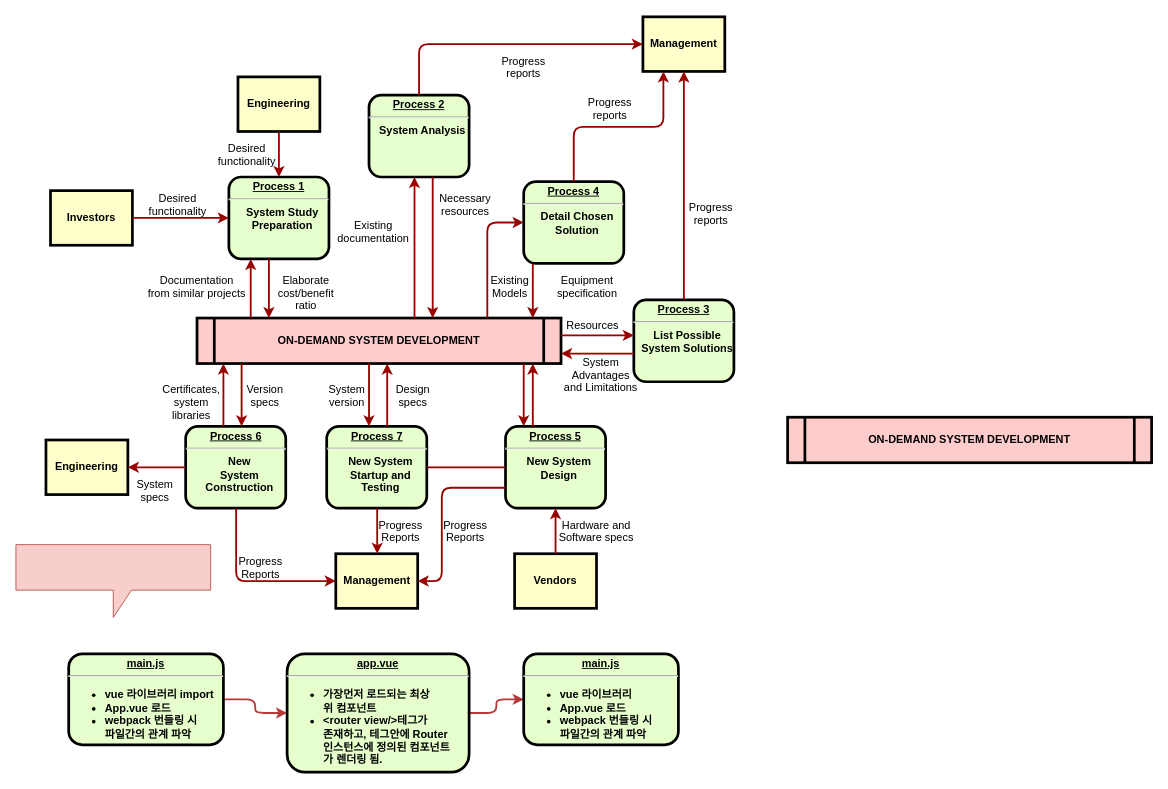
Earlier version of the draw.io diagram primate 다이어그램.drawio (stardom3645/wiki). Source tidied: cells renumbered, new cells numbered last; positions are measured from the earlier drawing's top-left corner, leaving out a move shared by most shapes. Both pictures are drawn from the tidied source at 91%, with x=0, y=0 at pixel (15, 16).
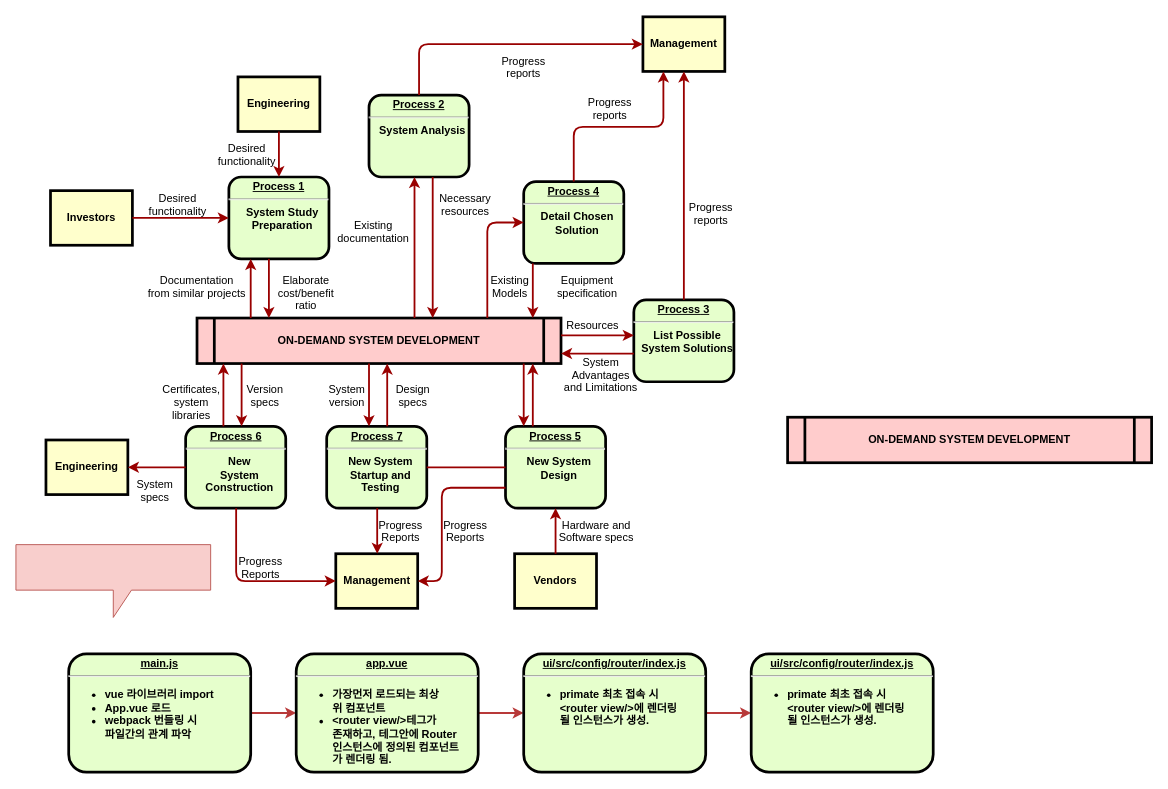
Above is the later version.

Commit message:
primate 다이어그램.drawio

The edit, as a diff of the source:
```diff
@@
     <mxCell id="66" value="&lt;p style=&quot;margin: 0px ; margin-top: 4px ; text-align: center ; text-decoration: underline&quot;&gt;&lt;strong&gt;main.js&lt;/strong&gt;&lt;/p&gt;&lt;hr&gt;&lt;p style=&quot;margin: 0px ; margin-left: 8px&quot;&gt;&lt;/p&gt;&lt;ul&gt;&lt;li style=&quot;text-align: left&quot;&gt;vue 라이브러리 import&lt;/li&gt;&lt;li style=&quot;text-align: left&quot;&gt;App.vue 로드&lt;/li&gt;&lt;li style=&quot;text-align: left&quot;&gt;webpack 번들링 시&lt;br&gt;파일간의 관계 파악&lt;/li&gt;&lt;/ul&gt;&lt;p&gt;&lt;/p&gt;&lt;p style=&quot;margin: 0px ; margin-left: 8px&quot;&gt;&lt;br&gt;&lt;/p&gt;" style="verticalAlign=middle;align=center;overflow=fill;fontSize=12;fontFamily=Helvetica;html=1;rounded=1;fontStyle=1;strokeWidth=3;fillColor=#E6FFCC;" parent="1" vertex="1">
-      <mxGeometry x="58" y="700" width="170" height="100" as="geometry" />
+      <mxGeometry x="58" y="700" width="200" height="130" as="geometry" />
     </mxCell>
@@
     <mxCell id="68" value="&lt;p style=&quot;margin: 0px ; margin-top: 4px ; text-align: center ; text-decoration: underline&quot;&gt;app.vue&lt;/p&gt;&lt;hr&gt;&lt;p style=&quot;margin: 0px ; margin-left: 8px&quot;&gt;&lt;/p&gt;&lt;ul&gt;&lt;li style=&quot;text-align: left&quot;&gt;가장먼저 로드되는 최상&lt;br&gt;위 컴포넌트&lt;/li&gt;&lt;li style=&quot;text-align: left&quot;&gt;&amp;lt;router view/&amp;gt;테그가&lt;br&gt;존재하고, 테그안에 Router&lt;br&gt;인스턴스에 정의된 컴포넌트&lt;br&gt;가 렌더링 됨.&amp;nbsp;&lt;/li&gt;&lt;/ul&gt;" style="verticalAlign=middle;align=center;overflow=fill;fontSize=12;fontFamily=Helvetica;html=1;rounded=1;fontStyle=1;strokeWidth=3;fillColor=#E6FFCC;" parent="1" vertex="1">
-      <mxGeometry x="298" y="700" width="200" height="130" as="geometry" />
+      <mxGeometry x="308" y="700" width="200" height="130" as="geometry" />
     </mxCell>
+    <mxCell id="70" style="edgeStyle=orthogonalEdgeStyle;rounded=1;jettySize=auto;html=1;strokeColor=#B83939;strokeWidth=2;" parent="1" edge="1" source="69" target="71">
+      <mxGeometry relative="1" as="geometry" />
+    </mxCell>
-    <mxCell id="69" value="&lt;p style=&quot;margin: 0px ; margin-top: 4px ; text-align: center ; text-decoration: underline&quot;&gt;&lt;strong&gt;main.js&lt;/strong&gt;&lt;/p&gt;&lt;hr&gt;&lt;p style=&quot;margin: 0px ; margin-left: 8px&quot;&gt;&lt;ul&gt;&lt;li style=&quot;text-align: left&quot;&gt;vue 라이브러리&lt;/li&gt;&lt;li style=&quot;text-align: left&quot;&gt;App.vue 로드&lt;/li&gt;&lt;li style=&quot;text-align: left&quot;&gt;webpack 번들링 시&lt;br&gt;파일간의 관계 파악&lt;/li&gt;&lt;/ul&gt;&lt;/p&gt;&lt;p style=&quot;margin: 0px ; margin-left: 8px&quot;&gt;&lt;br&gt;&lt;/p&gt;" style="verticalAlign=middle;align=center;overflow=fill;fontSize=12;fontFamily=Helvetica;html=1;rounded=1;fontStyle=1;strokeWidth=3;fillColor=#E6FFCC;" parent="1" vertex="1">
-      <mxGeometry x="558" y="700" width="170" height="100" as="geometry" />
+    <mxCell id="69" value="&lt;p style=&quot;margin: 0px ; margin-top: 4px ; text-align: center ; text-decoration: underline&quot;&gt;&lt;strong&gt;ui/src/config/router/index.js&lt;/strong&gt;&lt;/p&gt;&lt;hr&gt;&lt;p style=&quot;margin: 0px ; margin-left: 8px&quot;&gt;&lt;/p&gt;&lt;ul&gt;&lt;li style=&quot;text-align: left&quot;&gt;primate 최초 접속 시&lt;br&gt;&amp;lt;router view/&amp;gt;에 렌더링&lt;br&gt;될 인스턴스가 생성.&lt;/li&gt;&lt;/ul&gt;&lt;p&gt;&lt;/p&gt;&lt;p style=&quot;margin: 0px ; margin-left: 8px&quot;&gt;&lt;br&gt;&lt;/p&gt;" style="verticalAlign=middle;align=center;overflow=fill;fontSize=12;fontFamily=Helvetica;html=1;rounded=1;fontStyle=1;strokeWidth=3;fillColor=#E6FFCC;" parent="1" vertex="1">
+      <mxGeometry x="558" y="700" width="200" height="130" as="geometry" />
     </mxCell>
+    <mxCell id="71" value="&lt;p style=&quot;margin: 0px ; margin-top: 4px ; text-align: center ; text-decoration: underline&quot;&gt;&lt;strong&gt;ui/src/config/router/index.js&lt;/strong&gt;&lt;/p&gt;&lt;hr&gt;&lt;p style=&quot;margin: 0px ; margin-left: 8px&quot;&gt;&lt;/p&gt;&lt;ul&gt;&lt;li style=&quot;text-align: left&quot;&gt;primate 최초 접속 시&lt;br&gt;&amp;lt;router view/&amp;gt;에 렌더링&lt;br&gt;될 인스턴스가 생성.&lt;/li&gt;&lt;/ul&gt;&lt;p&gt;&lt;/p&gt;&lt;p style=&quot;margin: 0px ; margin-left: 8px&quot;&gt;&lt;br&gt;&lt;/p&gt;" style="verticalAlign=middle;align=center;overflow=fill;fontSize=12;fontFamily=Helvetica;html=1;rounded=1;fontStyle=1;strokeWidth=3;fillColor=#E6FFCC;" parent="1" vertex="1">
+      <mxGeometry x="808" y="700" width="200" height="130" as="geometry" />
+    </mxCell>
```
